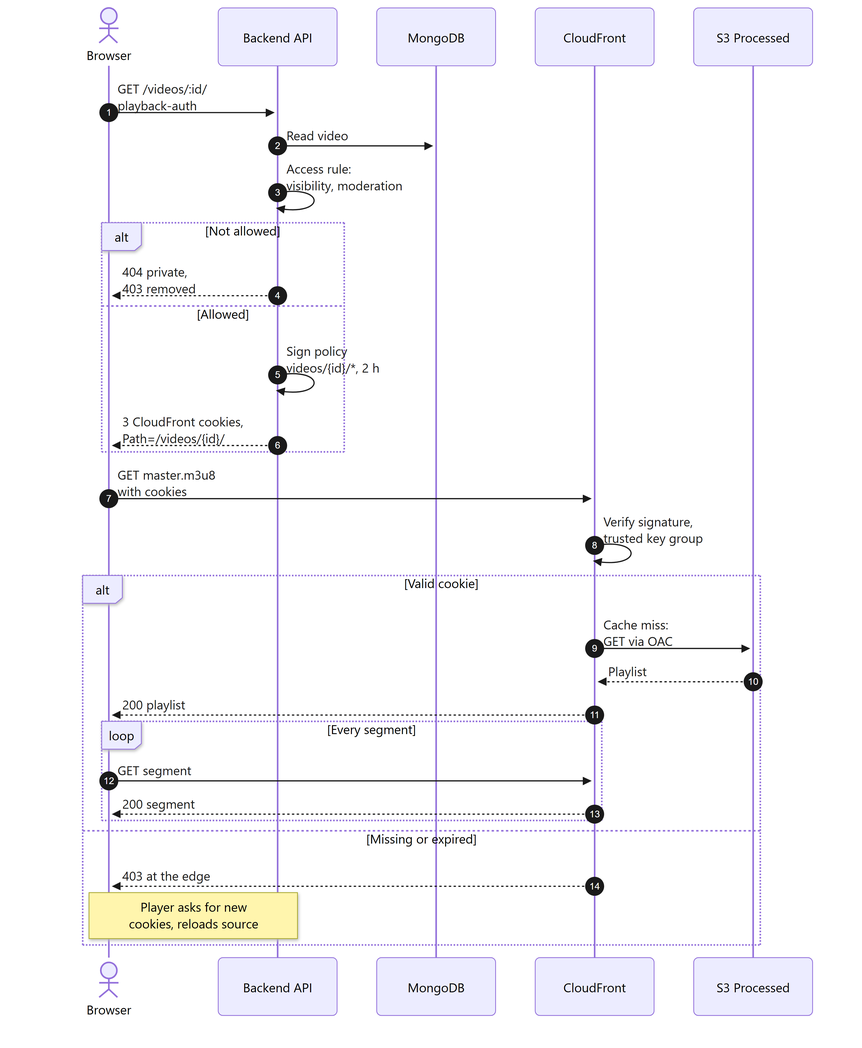
Before: docs/diagrams/17-playback-sequence.png, a diagram exported from Mermaid (DinhQuocCuong28664/DACNTT_VideoStreaming). Its source is kept beside it as docs/diagrams/src/17-playback-sequence.mmd.
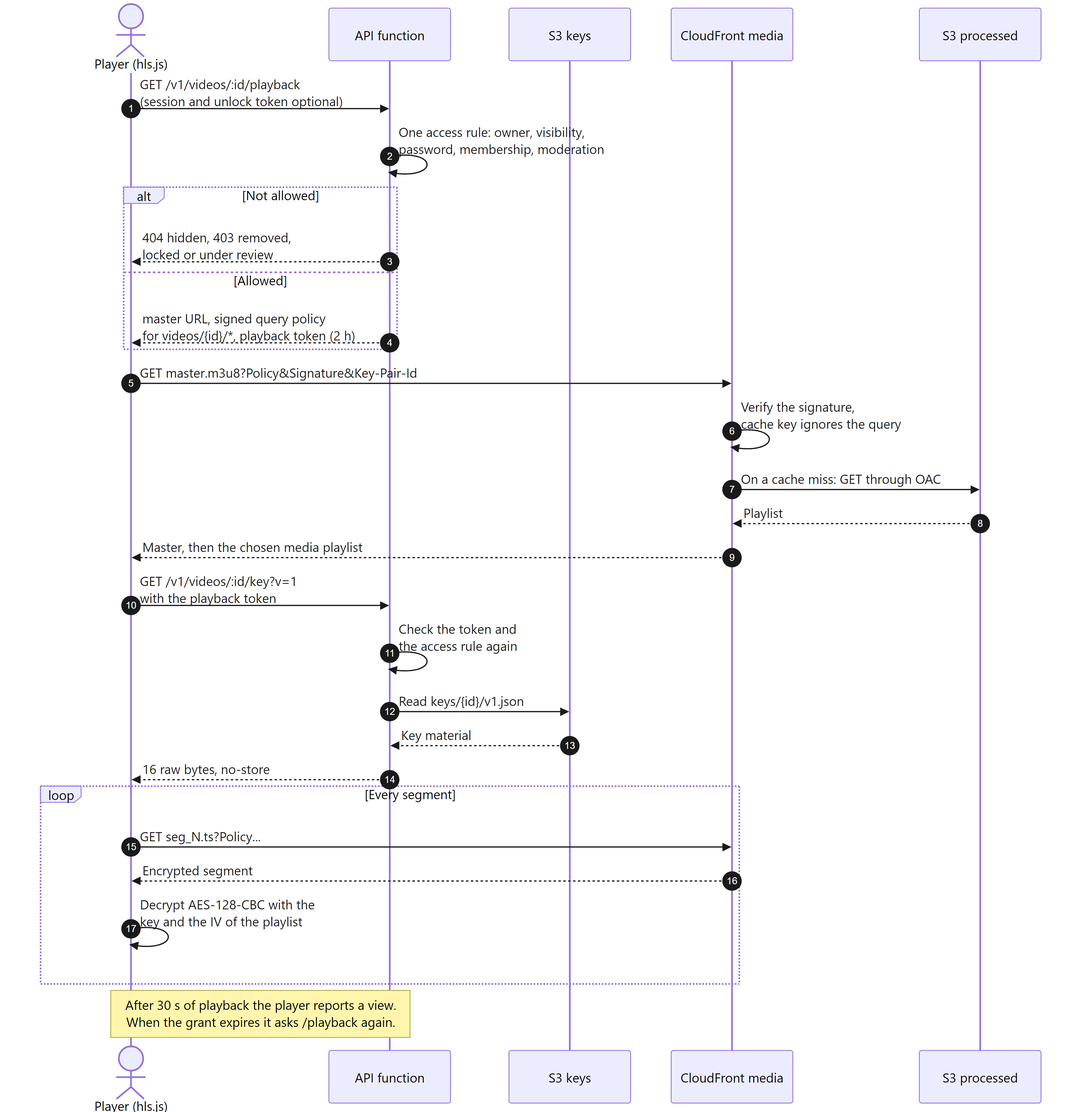
After the change.

Change to the diagram source:
```diff
@@ -1,32 +1,34 @@
 sequenceDiagram
     autonumber
-    actor Viewer as Browser
-    participant API as Backend API
-    participant DB as MongoDB
-    participant CF as CloudFront
-    participant S3 as S3 Processed
+    actor Viewer as Player (hls.js)
+    participant API as API function
+    participant KEYS as S3 keys
+    participant CF as CloudFront media
+    participant S3 as S3 processed
 
-    Viewer->>API: GET /videos/:id/<br/>playback-auth
-    API->>DB: Read video
-    API->>API: Access rule:<br/>visibility, moderation
+    Viewer->>API: GET /v1/videos/:id/playback<br/>(session and unlock token optional)
+    API->>API: One access rule: owner, visibility,<br/>password, membership, moderation
     alt Not allowed
-        API-->>Viewer: 404 private,<br/>403 removed
+        API-->>Viewer: 404 hidden, 403 removed,<br/>locked or under review
     else Allowed
-        API->>API: Sign policy<br/>videos/{id}/*, 2 h
-        API-->>Viewer: 3 CloudFront cookies,<br/>Path=/videos/{id}/
+        API-->>Viewer: master URL, signed query policy<br/>for videos/{id}/*, playback token (2 h)
     end
 
-    Viewer->>CF: GET master.m3u8<br/>with cookies
-    CF->>CF: Verify signature,<br/>trusted key group
-    alt Valid cookie
-        CF->>S3: Cache miss:<br/>GET via OAC
-        S3-->>CF: Playlist
-        CF-->>Viewer: 200 playlist
-        loop Every segment
-            Viewer->>CF: GET segment
-            CF-->>Viewer: 200 segment
-        end
-    else Missing or expired
-        CF-->>Viewer: 403 at the edge
-        Note over Viewer,API: Player asks for new<br/>cookies, reloads source
+    Viewer->>CF: GET master.m3u8?Policy&Signature&Key-Pair-Id
+    CF->>CF: Verify the signature,<br/>cache key ignores the query
+    CF->>S3: On a cache miss: GET through OAC
+    S3-->>CF: Playlist
+    CF-->>Viewer: Master, then the chosen media playlist
+
+    Viewer->>API: GET /v1/videos/:id/key?v=1<br/>with the playback token
+    API->>API: Check the token and<br/>the access rule again
+    API->>KEYS: Read keys/{id}/v1.json
+    KEYS-->>API: Key material
+    API-->>Viewer: 16 raw bytes, no-store
+
+    loop Every segment
+        Viewer->>CF: GET seg_N.ts?Policy...
+        CF-->>Viewer: Encrypted segment
+        Viewer->>Viewer: Decrypt AES-128-CBC with the<br/>key and the IV of the playlist
     end
+    Note over Viewer,API: After 30 s of playback the player reports a view.<br/>When the grant expires it asks /playback again.
```
